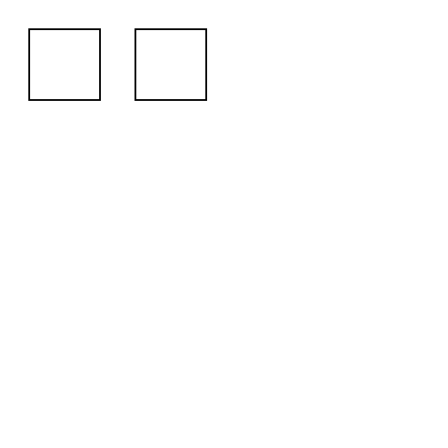
Earlier version of the draw.io diagram 脉动阵列.drawio (Ziheng-W/systolic-array-verilog). Source tidied: cells renumbered, new cells numbered last; positions are measured from the earlier drawing's top-left corner, leaving out a move shared by most shapes. Both pictures are drawn from the tidied source at 177%, with x=0, y=0 at pixel (28, 28).
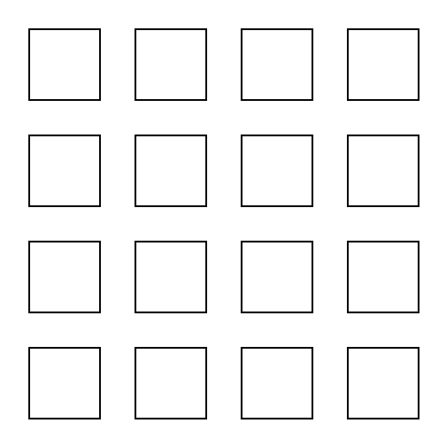
Above is the later version.

Commit message (it also covers changes not shown here):
更新脉动阵列.drawio

What changed in the source:
```diff
@@
 <mxGraphModel>
   <root>
     <mxCell id="0" />
     <mxCell id="1" parent="0" />
     <mxCell id="2" style="whiteSpace=wrap;html=1;" parent="1" vertex="1">
       <mxGeometry width="40" height="40" as="geometry" />
     </mxCell>
     <mxCell id="3" style="whiteSpace=wrap;html=1;" parent="1" vertex="1">
       <mxGeometry x="60" width="40" height="40" as="geometry" />
     </mxCell>
+    <mxCell id="4" style="whiteSpace=wrap;html=1;" parent="1" vertex="1">
+      <mxGeometry y="60" width="40" height="40" as="geometry" />
+    </mxCell>
+    <mxCell id="5" style="whiteSpace=wrap;html=1;" parent="1" vertex="1">
+      <mxGeometry x="60" y="60" width="40" height="40" as="geometry" />
+    </mxCell>
+    <mxCell id="6" style="whiteSpace=wrap;html=1;" parent="1" vertex="1">
+      <mxGeometry y="120" width="40" height="40" as="geometry" />
+    </mxCell>
+    <mxCell id="7" style="whiteSpace=wrap;html=1;" parent="1" vertex="1">
+      <mxGeometry x="60" y="120" width="40" height="40" as="geometry" />
+    </mxCell>
+    <mxCell id="8" style="whiteSpace=wrap;html=1;" parent="1" vertex="1">
+      <mxGeometry y="180" width="40" height="40" as="geometry" />
+    </mxCell>
+    <mxCell id="9" style="whiteSpace=wrap;html=1;" parent="1" vertex="1">
+      <mxGeometry x="60" y="180" width="40" height="40" as="geometry" />
+    </mxCell>
+    <mxCell id="10" style="whiteSpace=wrap;html=1;" parent="1" vertex="1">
+      <mxGeometry x="120" width="40" height="40" as="geometry" />
+    </mxCell>
+    <mxCell id="11" style="whiteSpace=wrap;html=1;" parent="1" vertex="1">
+      <mxGeometry x="180" width="40" height="40" as="geometry" />
+    </mxCell>
+    <mxCell id="12" style="whiteSpace=wrap;html=1;" parent="1" vertex="1">
+      <mxGeometry x="120" y="60" width="40" height="40" as="geometry" />
+    </mxCell>
+    <mxCell id="13" style="whiteSpace=wrap;html=1;" parent="1" vertex="1">
+      <mxGeometry x="180" y="60" width="40" height="40" as="geometry" />
+    </mxCell>
+    <mxCell id="14" style="whiteSpace=wrap;html=1;" parent="1" vertex="1">
+      <mxGeometry x="120" y="120" width="40" height="40" as="geometry" />
+    </mxCell>
+    <mxCell id="15" style="whiteSpace=wrap;html=1;" parent="1" vertex="1">
+      <mxGeometry x="180" y="120" width="40" height="40" as="geometry" />
+    </mxCell>
+    <mxCell id="16" style="whiteSpace=wrap;html=1;" parent="1" vertex="1">
+      <mxGeometry x="120" y="180" width="40" height="40" as="geometry" />
+    </mxCell>
+    <mxCell id="17" style="whiteSpace=wrap;html=1;" parent="1" vertex="1">
+      <mxGeometry x="180" y="180" width="40" height="40" as="geometry" />
+    </mxCell>
   </root>
 </mxGraphModel>
```
